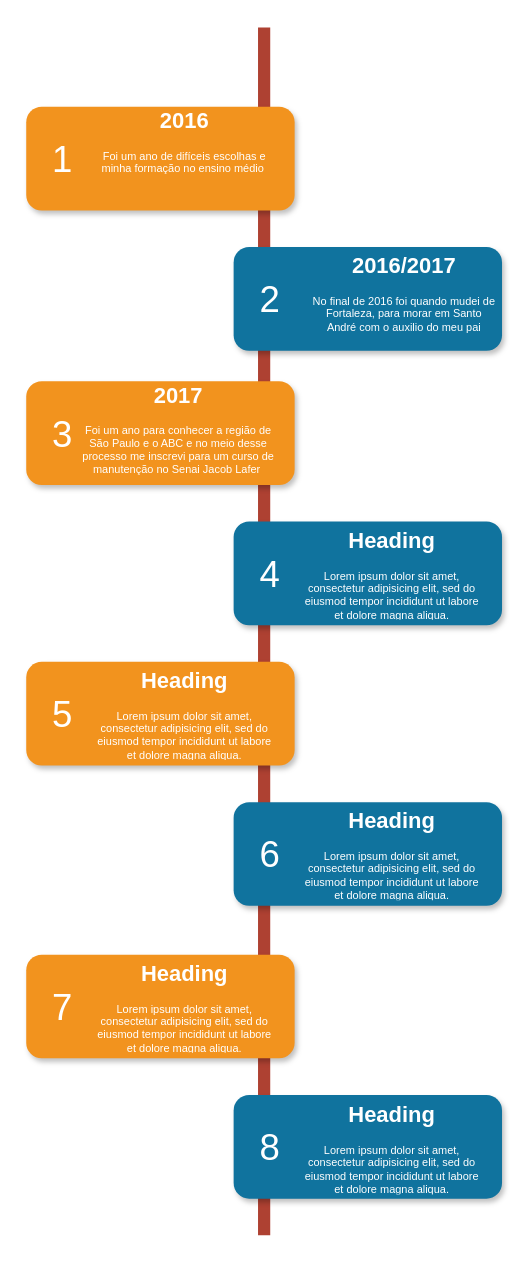
This is Diagrama sem nome.drawio from lucasaraujo014/draw_io, a draw.io file, before an edit. Source tidied: cells renumbered, new cells numbered last; positions are measured from the earlier drawing's top-left corner, leaving out a move shared by most shapes. Both pictures are drawn from the tidied source at 122%, with x=0, y=0 at pixel (26, 27).
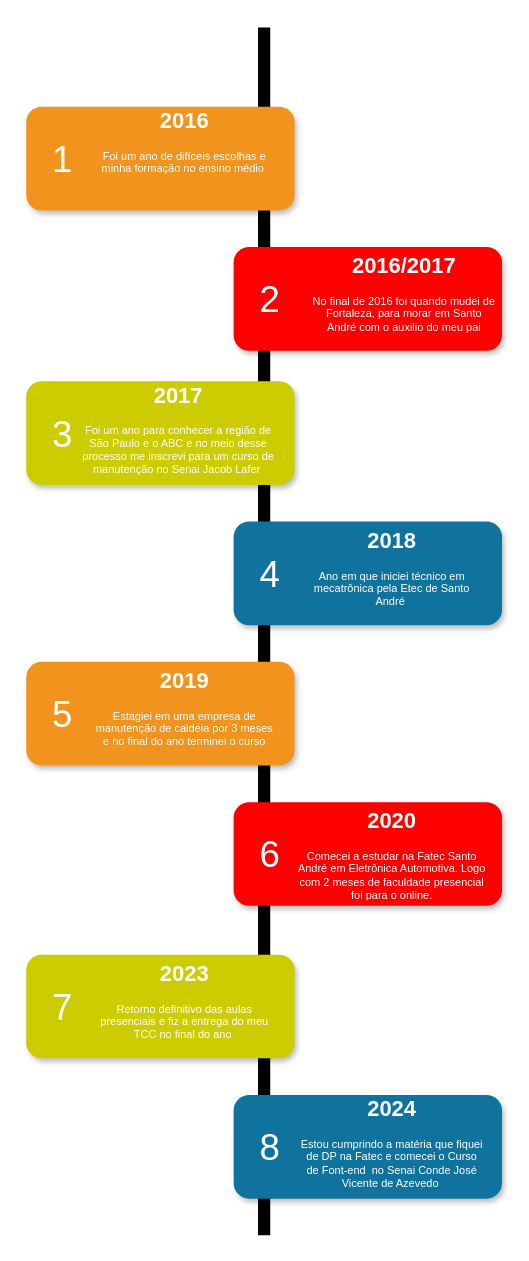
Above is the later version.

Diff of the diagram source:
```diff
@@
-    <mxCell id="2" style="line;strokeWidth=10;direction=south;html=1;fillColor=none;fontSize=13;fontColor=#000000;align=center;strokeColor=#AE4132;" parent="1" vertex="1">
+    <mxCell id="2" style="line;strokeWidth=10;direction=south;html=1;fillColor=none;fontSize=13;fontColor=#000000;align=center;strokeColor=#000000;" parent="1" vertex="1">
       <mxGeometry x="190" width="10" height="990" as="geometry" />
     </mxCell>
@@
-    <mxCell id="5" style="rounded=1;whiteSpace=wrap;html=1;strokeColor=none;strokeWidth=1;fillColor=#10739E;fontSize=13;fontColor=#FFFFFF;align=center;gradientColor=none;gradientDirection=east;verticalAlign=top;shadow=1;" parent="1" vertex="1">
+    <mxCell id="5" style="rounded=1;whiteSpace=wrap;html=1;strokeColor=none;strokeWidth=1;fillColor=#FF0000;fontSize=13;fontColor=#FFFFFF;align=center;gradientColor=none;gradientDirection=east;verticalAlign=top;shadow=1;" parent="1" vertex="1">
       <mxGeometry x="170" y="180" width="220" height="85" as="geometry" />
     </mxCell>
@@
-    <mxCell id="7" style="rounded=1;whiteSpace=wrap;html=1;strokeColor=none;strokeWidth=1;fillColor=#F2931E;fontSize=13;fontColor=#FFFFFF;align=center;gradientColor=none;gradientDirection=east;verticalAlign=top;shadow=1;" parent="1" vertex="1">
+    <mxCell id="7" style="rounded=1;whiteSpace=wrap;html=1;strokeColor=none;strokeWidth=1;fillColor=#CCCC00;fontSize=13;fontColor=#FFFFFF;align=center;gradientColor=none;gradientDirection=east;verticalAlign=top;shadow=1;" parent="1" vertex="1">
       <mxGeometry y="290" width="220" height="85" as="geometry" />
     </mxCell>
@@
-    <mxCell id="13" style="rounded=1;whiteSpace=wrap;html=1;strokeColor=none;strokeWidth=1;fillColor=#10739E;fontSize=13;fontColor=#FFFFFF;align=center;gradientColor=none;gradientDirection=east;verticalAlign=top;shadow=1;" parent="1" vertex="1">
+    <mxCell id="13" style="rounded=1;whiteSpace=wrap;html=1;strokeColor=none;strokeWidth=1;fillColor=#FF0000;fontSize=13;fontColor=#FFFFFF;align=center;gradientColor=none;gradientDirection=east;verticalAlign=top;shadow=1;" parent="1" vertex="1">
       <mxGeometry x="170" y="635" width="220" height="85" as="geometry" />
     </mxCell>
@@
-    <mxCell id="15" style="rounded=1;whiteSpace=wrap;html=1;strokeColor=none;strokeWidth=1;fillColor=#F2931E;fontSize=13;fontColor=#FFFFFF;align=center;gradientColor=none;gradientDirection=east;verticalAlign=top;shadow=1;" parent="1" vertex="1">
+    <mxCell id="15" style="rounded=1;whiteSpace=wrap;html=1;strokeColor=none;strokeWidth=1;fillColor=#CCCC00;fontSize=13;fontColor=#FFFFFF;align=center;gradientColor=none;gradientDirection=east;verticalAlign=top;shadow=1;" parent="1" vertex="1">
       <mxGeometry y="760" width="220" height="85" as="geometry" />
     </mxCell>
@@
-    <mxCell id="22" value="&lt;h1&gt;Heading&lt;/h1&gt;&lt;p&gt;Lorem ipsum dolor sit amet, consectetur adipisicing elit, sed do eiusmod tempor incididunt ut labore et dolore magna aliqua.&lt;/p&gt;" style="text;html=1;spacing=5;spacingTop=-20;whiteSpace=wrap;overflow=hidden;strokeColor=none;strokeWidth=4;fillColor=none;gradientColor=#007FFF;fontSize=9;fontColor=#FFFFFF;align=center;" parent="1" vertex="1">
+    <mxCell id="22" value="&lt;h1&gt;2018&lt;/h1&gt;&lt;p&gt;Ano em que iniciei técnico em mecatrônica pela Etec de Santo André&amp;nbsp;&lt;/p&gt;" style="text;html=1;spacing=5;spacingTop=-20;whiteSpace=wrap;overflow=hidden;strokeColor=none;strokeWidth=4;fillColor=none;gradientColor=#007FFF;fontSize=9;fontColor=#FFFFFF;align=center;" parent="1" vertex="1">
       <mxGeometry x="220" y="409" width="160" height="77" as="geometry" />
     </mxCell>
-    <mxCell id="23" value="&lt;h1&gt;Heading&lt;/h1&gt;&lt;p&gt;Lorem ipsum dolor sit amet, consectetur adipisicing elit, sed do eiusmod tempor incididunt ut labore et dolore magna aliqua.&lt;/p&gt;" style="text;html=1;spacing=5;spacingTop=-20;whiteSpace=wrap;overflow=hidden;strokeColor=none;strokeWidth=4;fillColor=none;gradientColor=#007FFF;fontSize=9;fontColor=#FFFFFF;align=center;" parent="1" vertex="1">
+    <mxCell id="23" value="&lt;h1&gt;2019&lt;/h1&gt;&lt;p&gt;Estagiei em uma empresa de manutenção de caldeia por 3 meses e no final do ano terminei o curso&lt;/p&gt;" style="text;html=1;spacing=5;spacingTop=-20;whiteSpace=wrap;overflow=hidden;strokeColor=none;strokeWidth=4;fillColor=none;gradientColor=#007FFF;fontSize=9;fontColor=#FFFFFF;align=center;" parent="1" vertex="1">
       <mxGeometry x="50" y="524" width="160" height="77" as="geometry" />
     </mxCell>
-    <mxCell id="24" value="&lt;h1&gt;Heading&lt;/h1&gt;&lt;p&gt;Lorem ipsum dolor sit amet, consectetur adipisicing elit, sed do eiusmod tempor incididunt ut labore et dolore magna aliqua.&lt;/p&gt;" style="text;html=1;spacing=5;spacingTop=-20;whiteSpace=wrap;overflow=hidden;strokeColor=none;strokeWidth=4;fillColor=none;gradientColor=#007FFF;fontSize=9;fontColor=#FFFFFF;align=center;" parent="1" vertex="1">
-      <mxGeometry x="220" y="639" width="160" height="77" as="geometry" />
+    <mxCell id="24" value="&lt;h1&gt;2020&lt;/h1&gt;&lt;p&gt;Comecei a estudar na Fatec Santo André em Eletrônica Automotiva. Logo com 2 meses de faculdade presencial foi para o online.&lt;/p&gt;" style="text;html=1;spacing=5;spacingTop=-20;whiteSpace=wrap;overflow=hidden;strokeColor=none;strokeWidth=4;fillColor=none;gradientColor=#007FFF;fontSize=9;fontColor=#FFFFFF;align=center;" parent="1" vertex="1">
+      <mxGeometry x="215" y="639" width="170" height="77" as="geometry" />
     </mxCell>
-    <mxCell id="25" value="&lt;h1&gt;Heading&lt;/h1&gt;&lt;p&gt;Lorem ipsum dolor sit amet, consectetur adipisicing elit, sed do eiusmod tempor incididunt ut labore et dolore magna aliqua.&lt;/p&gt;" style="text;html=1;spacing=5;spacingTop=-20;whiteSpace=wrap;overflow=hidden;strokeColor=none;strokeWidth=4;fillColor=none;gradientColor=#007FFF;fontSize=9;fontColor=#FFFFFF;align=center;" parent="1" vertex="1">
+    <mxCell id="25" value="&lt;h1&gt;2023&lt;/h1&gt;&lt;p&gt;Retorno definitivo das aulas presenciais e fiz a entrega do meu TCC no final do ano&amp;nbsp;&lt;/p&gt;" style="text;html=1;spacing=5;spacingTop=-20;whiteSpace=wrap;overflow=hidden;strokeColor=none;strokeWidth=4;fillColor=none;gradientColor=#007FFF;fontSize=9;fontColor=#FFFFFF;align=center;" parent="1" vertex="1">
       <mxGeometry x="50" y="764" width="160" height="77" as="geometry" />
     </mxCell>
-    <mxCell id="26" value="&lt;h1&gt;Heading&lt;/h1&gt;&lt;p&gt;Lorem ipsum dolor sit amet, consectetur adipisicing elit, sed do eiusmod tempor incididunt ut labore et dolore magna aliqua.&lt;/p&gt;" style="text;html=1;spacing=5;spacingTop=-20;whiteSpace=wrap;overflow=hidden;strokeColor=none;strokeWidth=4;fillColor=none;gradientColor=#007FFF;fontSize=9;fontColor=#FFFFFF;align=center;" parent="1" vertex="1">
-      <mxGeometry x="220" y="880" width="160" height="77" as="geometry" />
+    <mxCell id="26" value="&lt;h1&gt;2024&lt;/h1&gt;&lt;p&gt;Estou cumprindo a matéria que fiquei de DP na Fatec e comecei o Curso de Font-end&amp;nbsp; no Senai Conde José Vicente de Azevedo&amp;nbsp;&lt;/p&gt;" style="text;html=1;spacing=5;spacingTop=-20;whiteSpace=wrap;overflow=hidden;strokeColor=none;strokeWidth=4;fillColor=none;gradientColor=#007FFF;fontSize=9;fontColor=#FFFFFF;align=center;" parent="1" vertex="1">
+      <mxGeometry x="220" y="875" width="160" height="85" as="geometry" />
     </mxCell>
```
